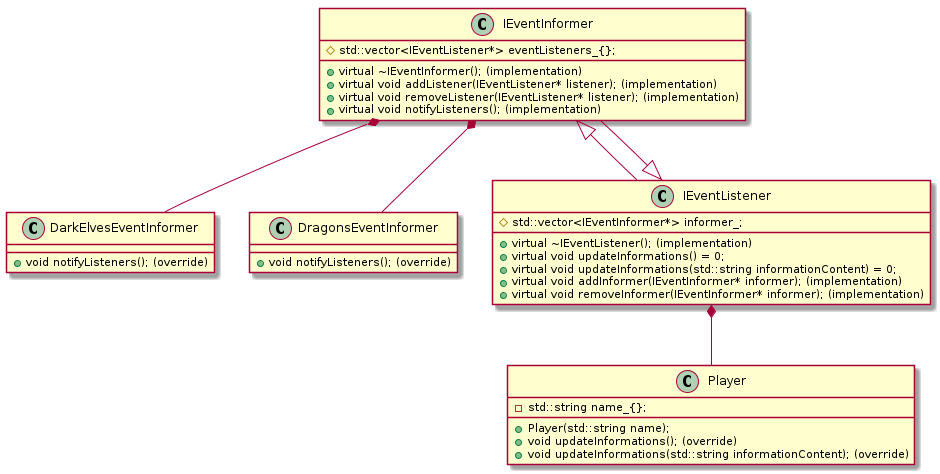
Earlier version of the PlantUML export withObserver/uml/umlWithObserver.png (DamiXioR/observer-pattern-cpp).
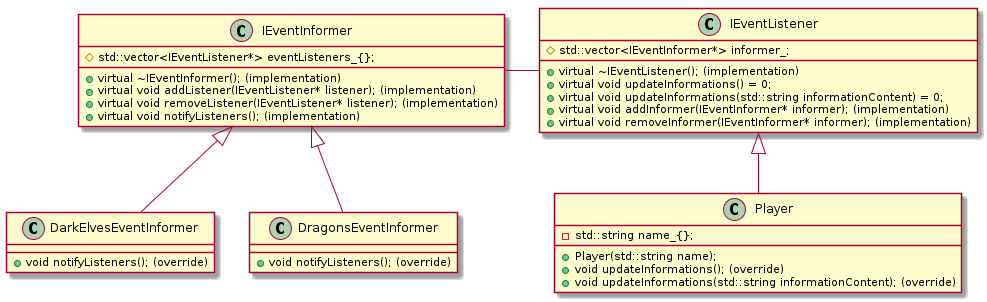
After the change.

Commit message:
fix uml diagram

What changed in the source:
```diff
@@ -17,8 +17,8 @@
     +void notifyListeners(); (override)
 }
 
-IEventInformer *-- DarkElvesEventInformer
-IEventInformer *-- DragonsEventInformer
+IEventInformer <|-- DarkElvesEventInformer
+IEventInformer <|-- DragonsEventInformer
 
 
 class IEventListener {
@@ -40,10 +40,9 @@
     -std::string name_{};
 }
 
-IEventListener *-- Player
+IEventListener <|-- Player
 
 
-IEventInformer <|-- IEventListener
-IEventListener <|-- IEventInformer
+IEventInformer - IEventListener
 
 @enduml
```
